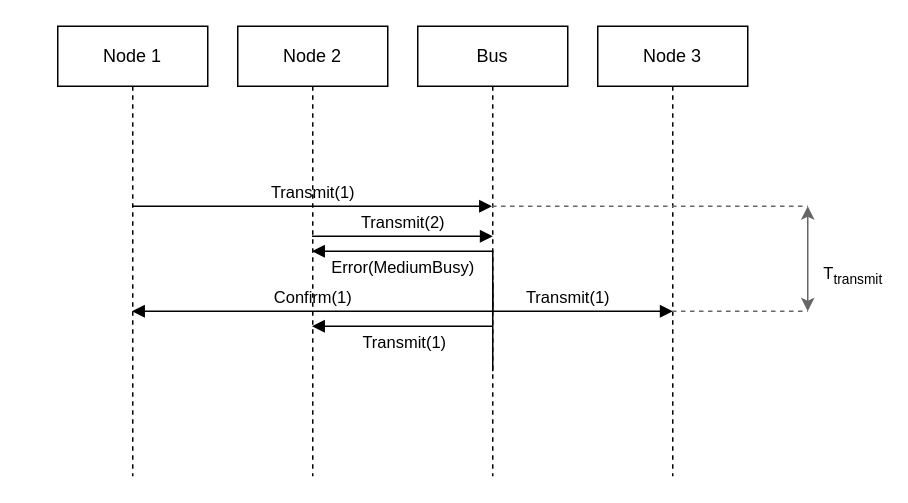
This is docs/images/ethernet_transmit_collision_avoided.drawio from modelica/fmi-ls-bus, a draw.io file, before an edit. Source tidied: cells renumbered, new cells numbered last; positions are measured from the earlier drawing's top-left corner, leaving out a move shared by most shapes. Both pictures are drawn from the tidied source at 150%, with x=0, y=0 at pixel (57, 26).
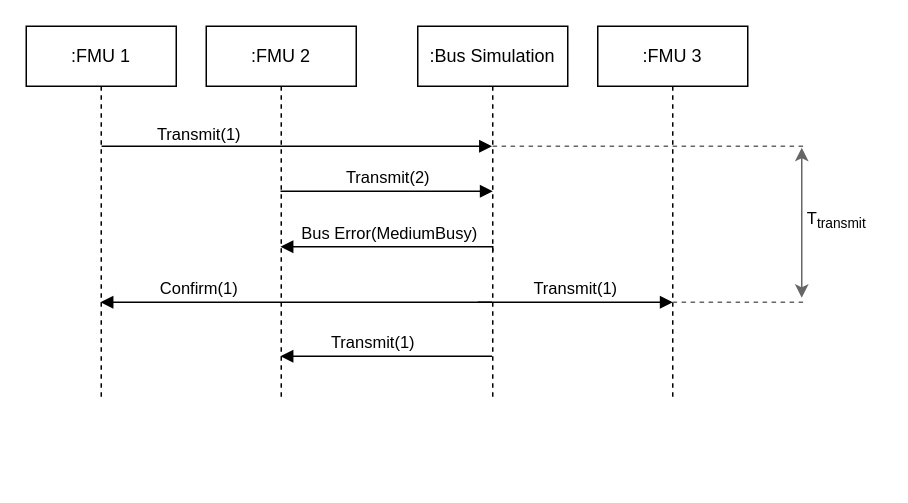
The same page after the edit.

Commit message (it also covers changes not shown here):
Fixed some ethernet images and typos

Change to the diagram source:
```diff
@@
-    <mxCell id="2" value="Node 1" style="shape=umlLifeline;perimeter=lifelinePerimeter;whiteSpace=wrap;html=1;outlineConnect=0;portConstraint=eastwest;newEdgeStyle={&quot;edgeStyle&quot;:&quot;elbowEdgeStyle&quot;,&quot;elbow&quot;:&quot;vertical&quot;,&quot;curved&quot;:0,&quot;rounded&quot;:0};" parent="1" vertex="1">
-      <mxGeometry width="100" height="300" as="geometry" />
+    <mxCell id="2" value=":FMU 1" style="shape=umlLifeline;perimeter=lifelinePerimeter;whiteSpace=wrap;html=1;outlineConnect=0;portConstraint=eastwest;newEdgeStyle={&quot;edgeStyle&quot;:&quot;elbowEdgeStyle&quot;,&quot;elbow&quot;:&quot;vertical&quot;,&quot;curved&quot;:0,&quot;rounded&quot;:0};" parent="1" vertex="1">
+      <mxGeometry x="-21" width="100" height="250" as="geometry" />
     </mxCell>
-    <mxCell id="3" value="Bus" style="shape=umlLifeline;perimeter=lifelinePerimeter;whiteSpace=wrap;html=1;outlineConnect=0;portConstraint=eastwest;newEdgeStyle={&quot;edgeStyle&quot;:&quot;elbowEdgeStyle&quot;,&quot;elbow&quot;:&quot;vertical&quot;,&quot;curved&quot;:0,&quot;rounded&quot;:0};" parent="1" vertex="1">
-      <mxGeometry x="240" width="100" height="300" as="geometry" />
+    <mxCell id="3" value=":Bus Simulation" style="shape=umlLifeline;perimeter=lifelinePerimeter;whiteSpace=wrap;html=1;outlineConnect=0;portConstraint=eastwest;newEdgeStyle={&quot;edgeStyle&quot;:&quot;elbowEdgeStyle&quot;,&quot;elbow&quot;:&quot;vertical&quot;,&quot;curved&quot;:0,&quot;rounded&quot;:0};" parent="1" vertex="1">
+      <mxGeometry x="240" width="100" height="250" as="geometry" />
     </mxCell>
-    <mxCell id="4" value="Node 3" style="shape=umlLifeline;perimeter=lifelinePerimeter;whiteSpace=wrap;html=1;outlineConnect=0;portConstraint=eastwest;newEdgeStyle={&quot;edgeStyle&quot;:&quot;elbowEdgeStyle&quot;,&quot;elbow&quot;:&quot;vertical&quot;,&quot;curved&quot;:0,&quot;rounded&quot;:0};" parent="1" vertex="1">
-      <mxGeometry x="360" width="100" height="300" as="geometry" />
+    <mxCell id="4" value=":FMU 3" style="shape=umlLifeline;perimeter=lifelinePerimeter;whiteSpace=wrap;html=1;outlineConnect=0;portConstraint=eastwest;newEdgeStyle={&quot;edgeStyle&quot;:&quot;elbowEdgeStyle&quot;,&quot;elbow&quot;:&quot;vertical&quot;,&quot;curved&quot;:0,&quot;rounded&quot;:0};" parent="1" vertex="1">
+      <mxGeometry x="360" width="100" height="250" as="geometry" />
     </mxCell>
-    <mxCell id="5" value="Transmit(1)" style="html=1;verticalAlign=bottom;endArrow=block;edgeStyle=elbowEdgeStyle;elbow=vertical;curved=0;rounded=0;" parent="1" edge="1" source="2" target="3">
-      <mxGeometry relative="1" as="geometry">
+    <mxCell id="5" value="Transmit(1)" style="html=1;verticalAlign=bottom;endArrow=block;edgeStyle=elbowEdgeStyle;elbow=vertical;curved=0;rounded=0;" parent="1" edge="1">
+      <mxGeometry x="-0.5" y="-1" relative="1" as="geometry">
+        <mxPoint x="29.2" y="80" as="sourcePoint" />
+        <mxPoint x="289.5" y="80" as="targetPoint" />
         <Array as="points">
-          <mxPoint x="230" y="120" />
-          <mxPoint x="250" y="120" />
-          <mxPoint x="110" y="120" />
+          <mxPoint x="230" y="80" />
+          <mxPoint x="250" y="80" />
+          <mxPoint x="110" y="80" />
         </Array>
       </mxGeometry>
     </mxCell>
     <mxCell id="6" value="Transmit(1)" style="html=1;verticalAlign=bottom;endArrow=block;edgeStyle=elbowEdgeStyle;elbow=vertical;curved=0;rounded=0;" parent="1" edge="1">
       <mxGeometry relative="1" as="geometry">
-        <mxPoint x="290" y="170.3" as="sourcePoint" />
-        <mxPoint x="410" y="190" as="targetPoint" />
+        <mxPoint x="280" y="184" as="sourcePoint" />
+        <mxPoint x="410" y="184" as="targetPoint" />
         <Array as="points">
-          <mxPoint x="350" y="190" />
+          <mxPoint x="300" y="184" />
+          <mxPoint x="350" y="184" />
         </Array>
       </mxGeometry>
     </mxCell>
-    <mxCell id="7" value="Confirm(1)" style="html=1;verticalAlign=bottom;endArrow=block;edgeStyle=elbowEdgeStyle;elbow=vertical;curved=0;rounded=0;" parent="1" edge="1" source="3" target="2">
-      <mxGeometry relative="1" as="geometry">
+    <mxCell id="7" value="Confirm(1)" style="html=1;verticalAlign=bottom;endArrow=block;edgeStyle=elbowEdgeStyle;elbow=vertical;curved=0;rounded=0;" parent="1" edge="1" target="2">
+      <mxGeometry x="0.5" relative="1" as="geometry">
+        <mxPoint x="289.5" y="184" as="sourcePoint" />
         <Array as="points">
-          <mxPoint x="200" y="190" />
-          <mxPoint x="130" y="170" />
-          <mxPoint x="240" y="180" />
-          <mxPoint x="260" y="180" />
-          <mxPoint x="230" y="160" />
+          <mxPoint x="200" y="184" />
+          <mxPoint x="130" y="164" />
+          <mxPoint x="240" y="174" />
+          <mxPoint x="260" y="174" />
+          <mxPoint x="230" y="154" />
         </Array>
       </mxGeometry>
     </mxCell>
-    <mxCell id="8" value="Node 2" style="shape=umlLifeline;perimeter=lifelinePerimeter;whiteSpace=wrap;html=1;outlineConnect=0;portConstraint=eastwest;newEdgeStyle={&quot;edgeStyle&quot;:&quot;elbowEdgeStyle&quot;,&quot;elbow&quot;:&quot;vertical&quot;,&quot;curved&quot;:0,&quot;rounded&quot;:0};" parent="1" vertex="1">
-      <mxGeometry x="120" width="100" height="300" as="geometry" />
+    <mxCell id="8" value=":FMU 2" style="shape=umlLifeline;perimeter=lifelinePerimeter;whiteSpace=wrap;html=1;outlineConnect=0;portConstraint=eastwest;newEdgeStyle={&quot;edgeStyle&quot;:&quot;elbowEdgeStyle&quot;,&quot;elbow&quot;:&quot;vertical&quot;,&quot;curved&quot;:0,&quot;rounded&quot;:0};" parent="1" vertex="1">
+      <mxGeometry x="99" width="100" height="250" as="geometry" />
     </mxCell>
     <mxCell id="9" value="Transmit(2)" style="html=1;verticalAlign=bottom;endArrow=block;edgeStyle=elbowEdgeStyle;elbow=vertical;curved=0;rounded=0;" parent="1" edge="1" source="8">
       <mxGeometry relative="1" as="geometry">
-        <mxPoint x="290" y="140" as="targetPoint" />
+        <mxPoint x="290" y="110" as="targetPoint" />
         <Array as="points">
-          <mxPoint x="250" y="140" />
-          <mxPoint x="240" y="130" />
-          <mxPoint x="260" y="130" />
-          <mxPoint x="120" y="130" />
+          <mxPoint x="250" y="110" />
+          <mxPoint x="240" y="100" />
+          <mxPoint x="260" y="100" />
+          <mxPoint x="120" y="100" />
         </Array>
       </mxGeometry>
     </mxCell>
-    <mxCell id="10" value="Error(MediumBusy)" style="html=1;verticalAlign=bottom;endArrow=block;edgeStyle=elbowEdgeStyle;elbow=vertical;curved=0;rounded=0;" parent="1" edge="1" target="8">
-      <mxGeometry x="0.4" y="20" relative="1" as="geometry">
-        <mxPoint x="290" y="230" as="sourcePoint" />
+    <mxCell id="10" value="Bus Error(MediumBusy)" style="html=1;verticalAlign=bottom;endArrow=block;edgeStyle=elbowEdgeStyle;elbow=vertical;curved=0;rounded=0;" parent="1" edge="1" target="8">
+      <mxGeometry x="-0.01" relative="1" as="geometry">
+        <mxPoint x="290" y="150" as="sourcePoint" />
         <Array as="points">
-          <mxPoint x="260" y="150" />
-          <mxPoint x="250" y="150" />
-          <mxPoint x="270" y="220" />
-          <mxPoint x="250" y="230" />
-          <mxPoint x="130" y="190" />
-          <mxPoint x="240" y="200" />
-          <mxPoint x="260" y="200" />
-          <mxPoint x="230" y="180" />
+          <mxPoint x="260" y="147" />
+          <mxPoint x="250" y="147" />
+          <mxPoint x="270" y="217" />
+          <mxPoint x="250" y="227" />
+          <mxPoint x="130" y="187" />
+          <mxPoint x="240" y="197" />
+          <mxPoint x="260" y="197" />
+          <mxPoint x="230" y="177" />
         </Array>
       </mxGeometry>
     </mxCell>
     <mxCell id="11" value="Transmit(1)" style="html=1;verticalAlign=bottom;endArrow=block;edgeStyle=elbowEdgeStyle;elbow=vertical;curved=0;rounded=0;" parent="1" edge="1" source="3" target="8">
-      <mxGeometry x="-0.01" y="20" relative="1" as="geometry">
+      <mxGeometry x="0.14" relative="1" as="geometry">
         <Array as="points">
-          <mxPoint x="230" y="200" />
-          <mxPoint x="230" y="190" />
-          <mxPoint x="250" y="180" />
-          <mxPoint x="210" y="190" />
+          <mxPoint x="200" y="220" />
+          <mxPoint x="230" y="195" />
+          <mxPoint x="230" y="185" />
+          <mxPoint x="250" y="175" />
+          <mxPoint x="210" y="185" />
         </Array>
       </mxGeometry>
     </mxCell>
     <mxCell id="12" value="T&lt;sub&gt;transmit&lt;/sub&gt;" style="endArrow=classic;startArrow=classic;html=1;rounded=0;fillColor=#f5f5f5;strokeColor=#666666;" parent="1" edge="1">
-      <mxGeometry x="-0.33" y="-30" relative="1" as="geometry">
-        <mxPoint x="500" y="190" as="sourcePoint" />
-        <mxPoint x="500" y="120" as="targetPoint" />
+      <mxGeometry x="0.02" y="-23" relative="1" as="geometry">
+        <mxPoint x="496" y="181" as="sourcePoint" />
+        <mxPoint x="496" y="81" as="targetPoint" />
       </mxGeometry>
     </mxCell>
-    <mxCell id="13" style="endArrow=none;dashed=1;html=1;rounded=0;fillColor=#f5f5f5;strokeColor=#666666;" parent="1" edge="1" source="3">
+    <mxCell id="13" style="endArrow=none;dashed=1;html=1;rounded=0;fillColor=#f5f5f5;strokeColor=#666666;" parent="1" edge="1">
       <mxGeometry relative="1" as="geometry">
-        <mxPoint x="500" y="120" as="targetPoint" />
+        <mxPoint x="289.9" y="80" as="sourcePoint" />
+        <mxPoint x="498" y="80" as="targetPoint" />
       </mxGeometry>
     </mxCell>
-    <mxCell id="14" style="endArrow=none;dashed=1;html=1;rounded=0;fillColor=#f5f5f5;strokeColor=#666666;" parent="1" edge="1" source="4">
+    <mxCell id="14" style="endArrow=none;dashed=1;html=1;rounded=0;fillColor=#f5f5f5;strokeColor=#666666;" parent="1" edge="1">
       <mxGeometry relative="1" as="geometry">
-        <mxPoint x="500" y="190" as="targetPoint" />
-        <Array as="points">
-          <mxPoint x="500" y="190" />
-        </Array>
+        <mxPoint x="409.9" y="184" as="sourcePoint" />
+        <mxPoint x="498" y="184" as="targetPoint" />
       </mxGeometry>
     </mxCell>
```
